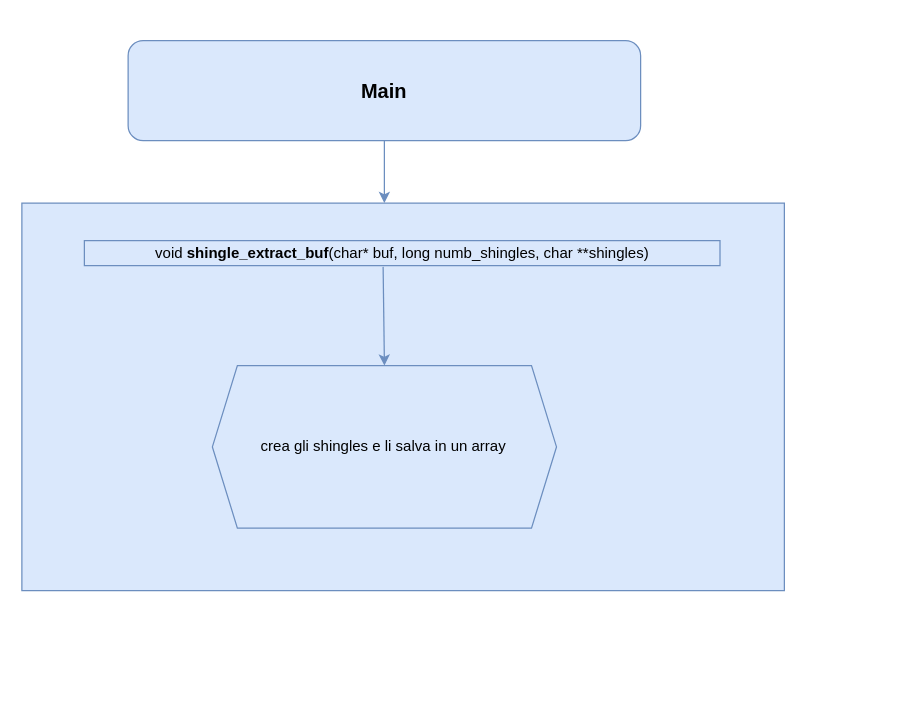
This is documenti progetto/grafici/shingle_extract.drawio from themrpink/Parallel-Minhash-in-C, a draw.io file, before an edit. Source tidied: cells renumbered, new cells numbered last; positions are measured from the earlier drawing's top-left corner, leaving out a move shared by most shapes. Both pictures are drawn from the tidied source at 125%, with x=0, y=0 at pixel (21, 40).
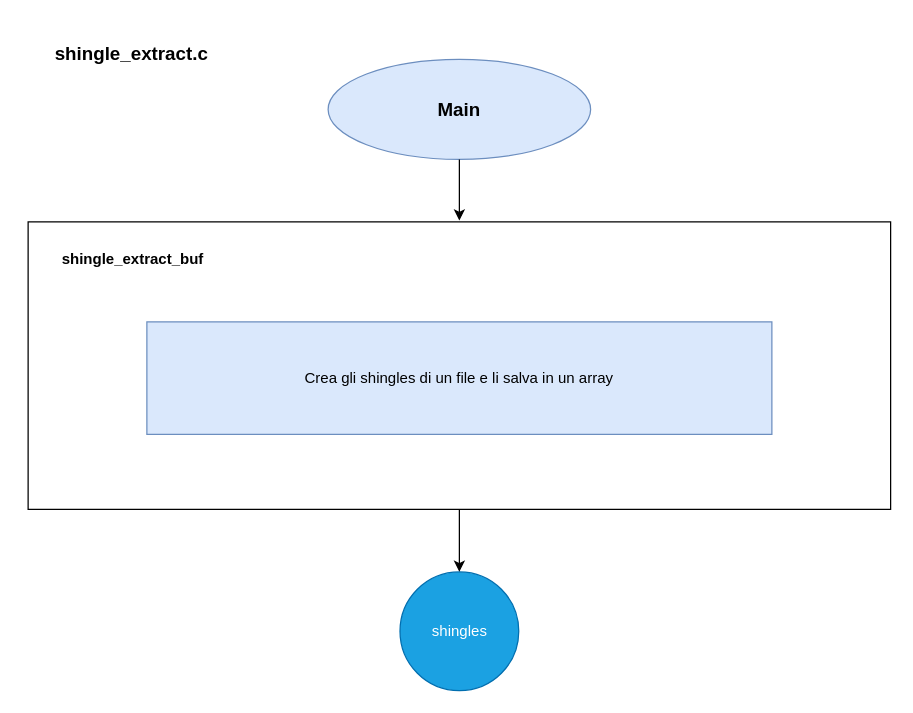
After the change.

What changed in the source:
```diff
@@
 <mxGraphModel>
   <root>
     <mxCell id="0" />
     <mxCell id="1" parent="0" />
-    <mxCell id="2" style="rounded=1;whiteSpace=wrap;html=1;align=center;fillColor=#dae8fc;strokeColor=#6c8ebf;" parent="1" vertex="1">
-      <mxGeometry x="85" width="410" height="80" as="geometry" />
-    </mxCell>
-    <mxCell id="3" style="endArrow=classic;html=1;exitX=0.5;exitY=1;exitDx=0;exitDy=0;fillColor=#dae8fc;strokeColor=#6c8ebf;" parent="1" edge="1" source="2">
-      <mxGeometry relative="1" as="geometry">
-        <mxPoint x="290" y="130" as="targetPoint" />
-      </mxGeometry>
-    </mxCell>
-    <mxCell id="4" style="rounded=0;whiteSpace=wrap;html=1;align=center;fillColor=#dae8fc;strokeColor=#6c8ebf;" parent="1" vertex="1">
-      <mxGeometry y="130" width="610" height="310" as="geometry" />
-    </mxCell>
-    <mxCell id="5" style="endArrow=classic;html=1;entryX=0.5;entryY=0;entryDx=0;entryDy=0;fillColor=#dae8fc;strokeColor=#6c8ebf;exitX=0.47;exitY=1.05;exitDx=0;exitDy=0;exitPerimeter=0;" parent="1" edge="1" source="6" target="8">
-      <mxGeometry relative="1" as="geometry" />
-    </mxCell>
-    <mxCell id="6" value="void &lt;b&gt;shingle_extract_buf&lt;/b&gt;(char* buf, long numb_shingles, char **shingles)" style="text;html=1;strokeColor=#6c8ebf;fillColor=#dae8fc;align=center;verticalAlign=middle;whiteSpace=wrap;rounded=0;" parent="1" vertex="1">
-      <mxGeometry x="50" y="160" width="508.5" height="20" as="geometry" />
-    </mxCell>
+    <mxCell id="9" style="rounded=0;whiteSpace=wrap;html=1;align=center;" parent="1" vertex="1">
+      <mxGeometry x="5" y="145" width="690" height="230" as="geometry" />
+    </mxCell>
+    <mxCell id="10" value="&lt;b&gt;shingle_extract_buf&lt;/b&gt;" style="text;html=1;align=center;verticalAlign=middle;whiteSpace=wrap;rounded=0;fontStyle=1;" parent="1" vertex="1">
+      <mxGeometry x="56.5" y="165" width="63.5" height="20" as="geometry" />
+    </mxCell>
+    <mxCell id="11" value="shingle_extract.c" style="text;html=1;strokeColor=none;fillColor=none;align=center;verticalAlign=middle;whiteSpace=wrap;rounded=0;fontStyle=1;fontSize=15;" parent="1" vertex="1">
+      <mxGeometry x="43.2" y="-15" width="90" height="50" as="geometry" />
+    </mxCell>
-    <mxCell id="7" value="&lt;font style=&quot;font-size: 16px&quot;&gt;&lt;b&gt;Main&lt;/b&gt;&lt;/font&gt;" style="text;html=1;strokeColor=none;fillColor=none;align=center;verticalAlign=middle;whiteSpace=wrap;rounded=0;" parent="1" vertex="1">
-      <mxGeometry x="245" y="15" width="90" height="50" as="geometry" />
+    <mxCell id="7" value="&lt;b&gt;Main&lt;/b&gt;" style="ellipse;whiteSpace=wrap;html=1;fontSize=15;align=center;fillColor=#dae8fc;strokeColor=#6c8ebf;" parent="1" vertex="1">
+      <mxGeometry x="245" y="15" width="210" height="80" as="geometry" />
     </mxCell>
-    <mxCell id="8" value="crea gli shingles e li salva in un array" style="shape=hexagon;perimeter=hexagonPerimeter2;whiteSpace=wrap;html=1;fixedSize=1;fillColor=#dae8fc;strokeColor=#6c8ebf;" parent="1" vertex="1">
-      <mxGeometry x="152.4" y="260" width="275.3" height="130" as="geometry" />
-    </mxCell>
+    <mxCell id="12" style="endArrow=classic;html=1;fontSize=15;exitX=0.5;exitY=1;exitDx=0;exitDy=0;" parent="1" edge="1" source="7">
+      <mxGeometry relative="1" as="geometry">
+        <mxPoint x="350" y="144" as="targetPoint" />
+      </mxGeometry>
+    </mxCell>
+    <mxCell id="13" value="shingles" style="ellipse;whiteSpace=wrap;html=1;fillColor=#1ba1e2;strokeColor=#006EAF;fontColor=#ffffff;" parent="1" vertex="1">
+      <mxGeometry x="302.5" y="425" width="95" height="95" as="geometry" />
+    </mxCell>
+    <mxCell id="14" style="endArrow=classic;html=1;entryX=0.5;entryY=0;entryDx=0;entryDy=0;exitX=0.5;exitY=1;exitDx=0;exitDy=0;" parent="1" edge="1" source="9" target="13">
+      <mxGeometry relative="1" as="geometry" />
+    </mxCell>
+    <mxCell id="15" value="Crea gli shingles di un file e li salva in un array" style="rounded=0;whiteSpace=wrap;html=1;fillColor=#dae8fc;strokeColor=#6c8ebf;" parent="1" vertex="1">
+      <mxGeometry x="100" y="225" width="500" height="90" as="geometry" />
+    </mxCell>
   </root>
 </mxGraphModel>
```
